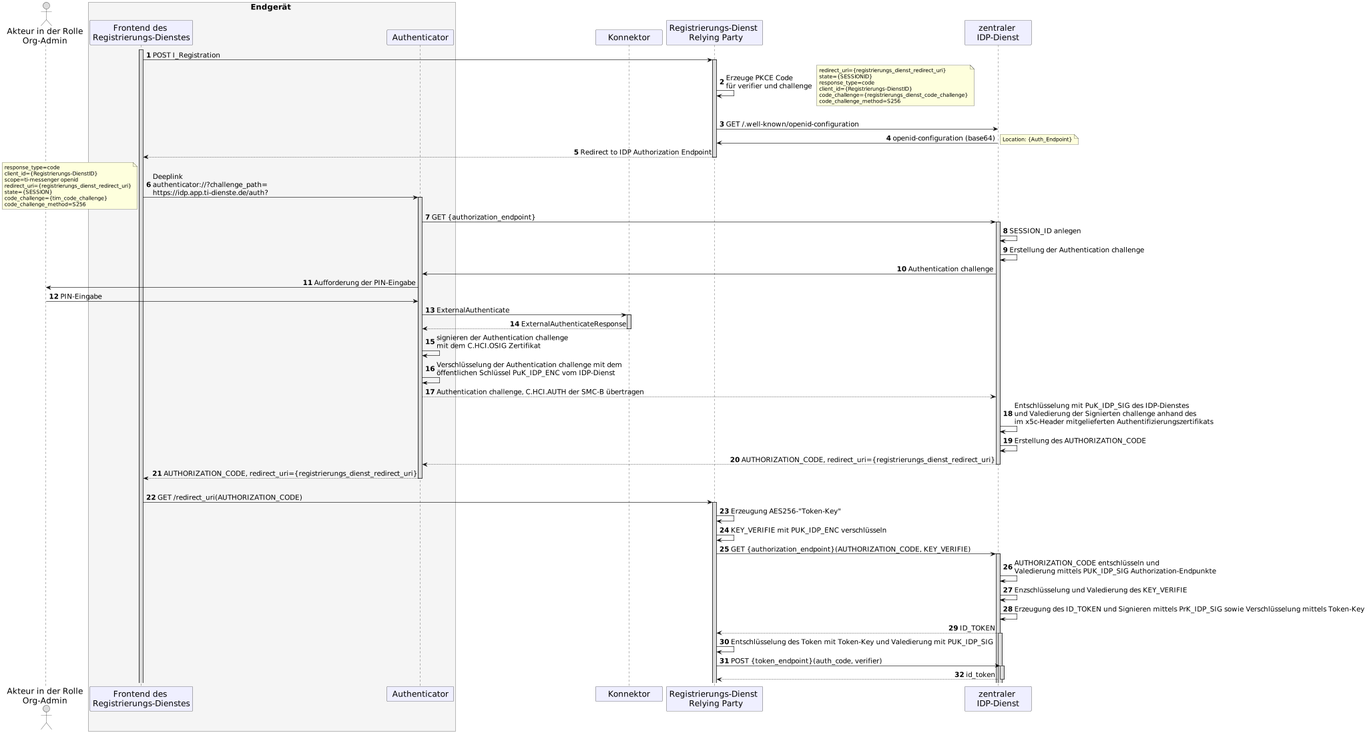
Above: images/diagrams/idp.png in gematik/api-ti-messenger (PlantUML), before the change.
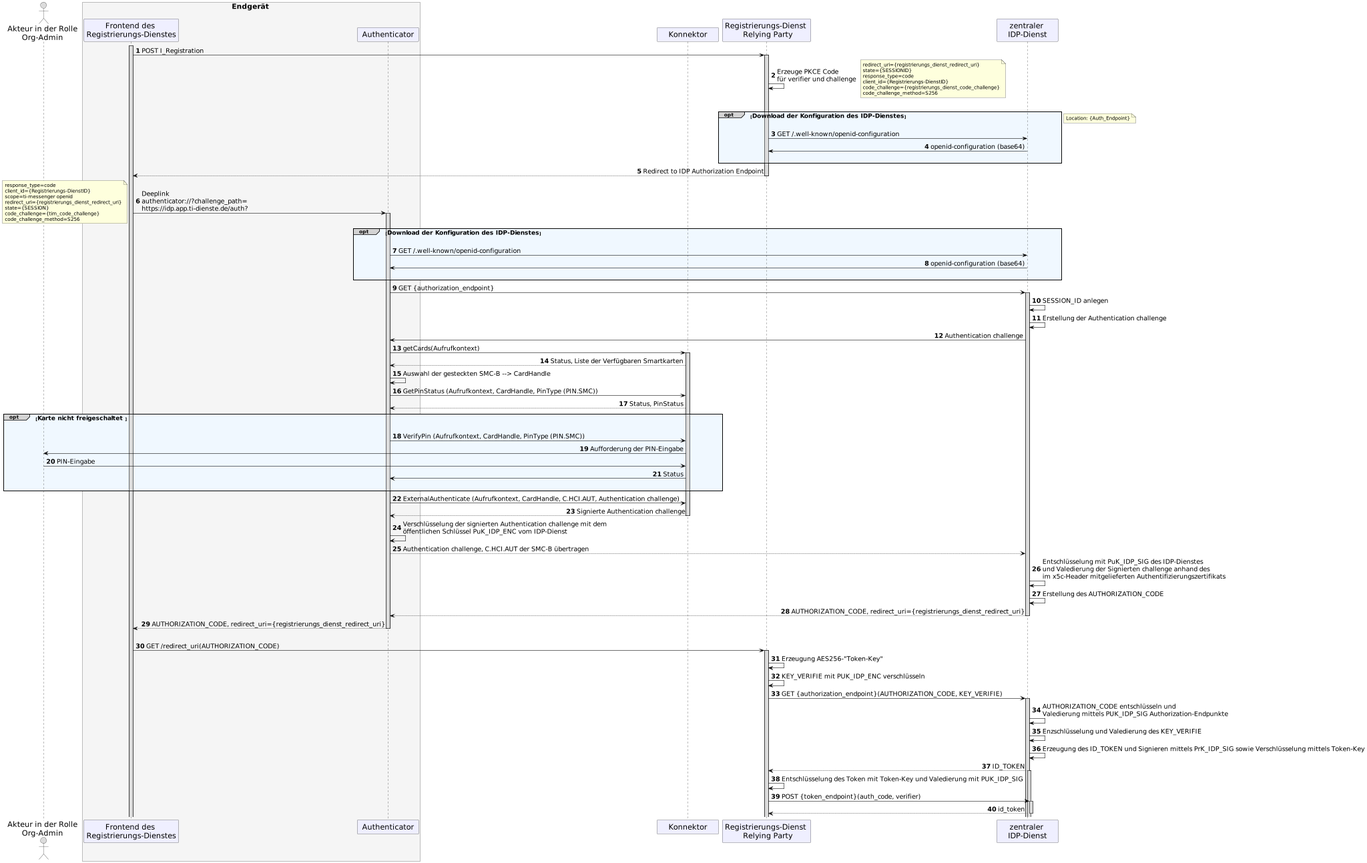
The same file after the commit.

Commit message:
Commit from GitHub Actions (GeneratePlantumlImages)

The edit, as a diff of the source:
```diff
@@ -55,9 +55,12 @@
   end note
 
         |||
-
-rd -> ip:GET /.well-known/openid-configuration
-ip -> rd:openid-configuration (base64)
+          opt#LightGrey #AliceBlue <size:16>Download der Konfiguration des IDP-Dienstes</size>
+          |||
+            rd -> ip:GET /.well-known/openid-configuration
+            ip -> rd:openid-configuration (base64)
+          |||
+          end
 
           note right
 Location: {Auth_Endpoint}
@@ -80,6 +83,14 @@
   code_challenge_method=S256
   end note
 
+          opt#LightGrey #AliceBlue <size:16>Download der Konfiguration des IDP-Dienstes</size>
+          |||
+            au -> ip:GET /.well-known/openid-configuration
+            ip -> au:openid-configuration (base64)
+          |||
+          end
+
+
         au -> ip: GET {authorization_endpoint}
         activate ip
         ip -> ip: SESSION_ID anlegen
@@ -87,19 +98,26 @@
 
 
         ip -> au: Authentication challenge
-        au -> oa: Aufforderung der PIN-Eingabe
-        oa -> au: PIN-Eingabe
-
-        au -> ko: ExternalAuthenticate
-          activate ko
-        ko --> au: ExternalAuthenticateResponse
+        au -> ko: getCards(Aufrufkontext)
+         activate ko
+        ko --> au: Status, Liste der Verfügbaren Smartkarten
+        au -> au: Auswahl der gesteckten SMC-B --> CardHandle
+        au -> ko: GetPinStatus (Aufrufkontext, CardHandle, PinType (PIN.SMC))
+        ko --> au: Status, PinStatus
+          opt#LightGrey #AliceBlue <size:16>Karte nicht freigeschaltet </size>
+          |||
+            au -> ko: VerifyPin (Aufrufkontext, CardHandle, PinType (PIN.SMC))
+            ko -> oa: Aufforderung der PIN-Eingabe
+            oa -> ko: PIN-Eingabe
+            ko -> au: Status
+          |||
+          end
+        au -> ko: ExternalAuthenticate (Aufrufkontext, CardHandle, C.HCI.AUT, Authentication challenge)
+        ko --> au: Signierte Authentication challenge
           deactivate ko
 
-
-        au -> au: signieren der Authentication challenge \nmit dem C.HCI.OSIG Zertifikat
-        au -> au: Verschlüsselung der Authentication challenge mit dem \nöffentlichen Schlüssel PuK_IDP_ENC vom IDP-Dienst
-
-        au -->ip: Authentication challenge, C.HCI.AUTH der SMC-B übertragen
+        au -> au: Verschlüsselung der signierten Authentication challenge mit dem \nöffentlichen Schlüssel PuK_IDP_ENC vom IDP-Dienst
+        au -->ip: Authentication challenge, C.HCI.AUT der SMC-B übertragen
         ip -> ip: Entschlüsselung mit PuK_IDP_SIG des IDP-Dienstes \nund Valedierung der Signierten challenge anhand des \nim x5c-Header mitgelieferten Authentifizierungszertifikats
         ip -> ip: Erstellung des AUTHORIZATION_CODE
         ip --> au: AUTHORIZATION_CODE, redirect_uri={registrierungs_dienst_redirect_uri}
```
